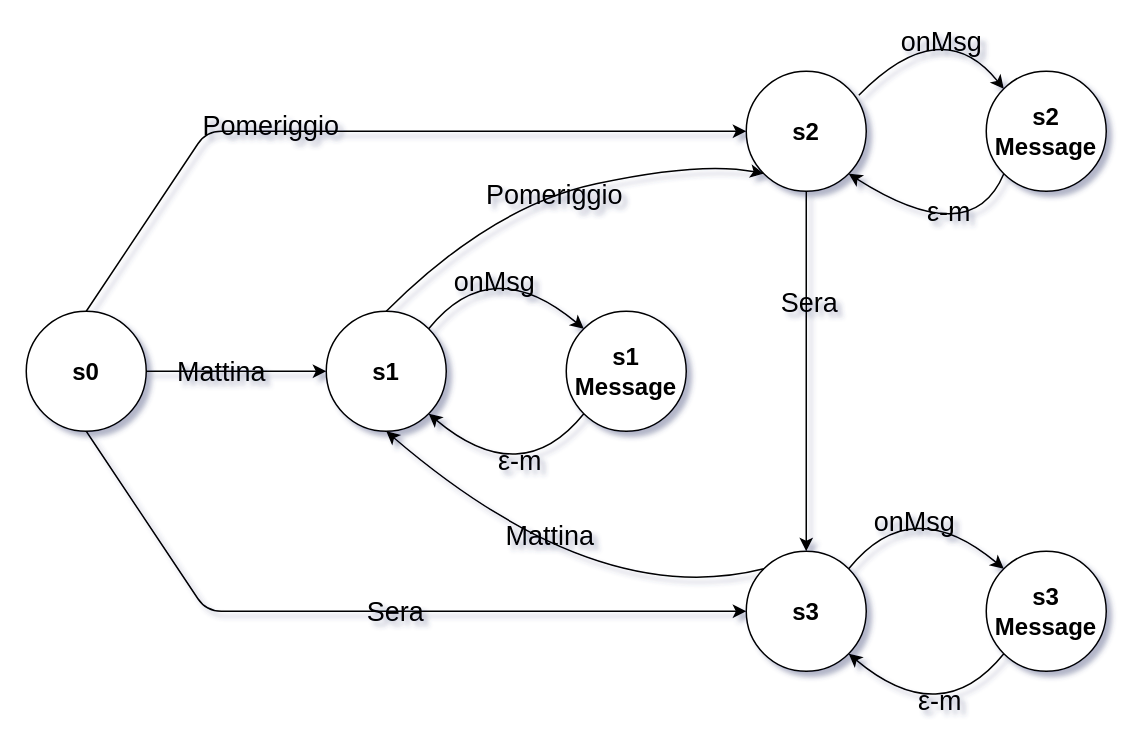
Above: it.unibo.workshift/userDocs/StatiProgetto.drawio in LeoManto/Mantovani_Leonardo (draw.io), before the change. Source tidied: cells renumbered, new cells numbered last; positions are measured from the earlier drawing's top-left corner, leaving out a move shared by most shapes. Both pictures are drawn from the tidied source at 150%, with x=0, y=0 at pixel (26, 10).
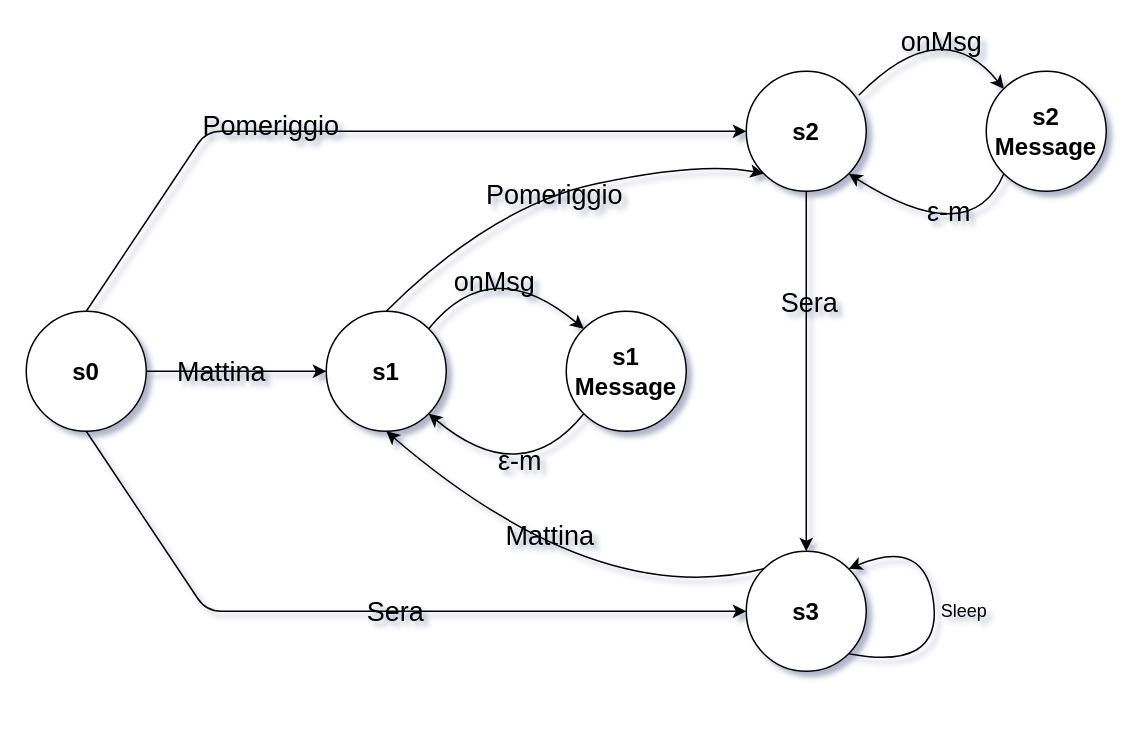
After the change.

The change refers to these unchanged cells:
```xml
<mxCell id="5" value="&lt;font style=&quot;font-size: 16px&quot;&gt;&lt;b&gt;s3&lt;/b&gt;&lt;/font&gt;" style="ellipse;whiteSpace=wrap;html=1;" parent="1" vertex="1">
  <mxGeometry x="480" y="360" width="80" height="80" as="geometry" />
</mxCell>
```

The edit, as a diff of the source:
```diff
@@
-    <mxCell id="18" value="&lt;font style=&quot;font-size: 16px&quot;&gt;&lt;b&gt;s3&lt;br&gt;Message&lt;/b&gt;&lt;/font&gt;" style="ellipse;whiteSpace=wrap;html=1;" parent="1" vertex="1">
-      <mxGeometry x="640" y="360" width="80" height="80" as="geometry" />
-    </mxCell>
-    <mxCell id="19" style="curved=1;endArrow=classic;html=1;exitX=1;exitY=0;exitDx=0;exitDy=0;entryX=0;entryY=0;entryDx=0;entryDy=0;" parent="1" edge="1" source="5" target="18">
-      <mxGeometry relative="1" as="geometry">
-        <Array as="points">
-          <mxPoint x="590" y="320" />
-        </Array>
-      </mxGeometry>
-    </mxCell>
-    <mxCell id="20" value="&lt;font style=&quot;font-size: 18px&quot;&gt;onMsg&lt;/font&gt;" style="edgeLabel;html=1;align=center;verticalAlign=middle;labelBackgroundColor=none;fontColor=#000000;" parent="19" vertex="1">
-      <mxGeometry x="0.09" y="-16" relative="1" as="geometry">
-        <mxPoint x="1" as="offset" />
-      </mxGeometry>
-    </mxCell>
-    <mxCell id="21" style="curved=1;endArrow=classic;html=1;exitX=0;exitY=1;exitDx=0;exitDy=0;entryX=1;entryY=1;entryDx=0;entryDy=0;" parent="1" edge="1" source="18" target="5">
-      <mxGeometry relative="1" as="geometry">
-        <Array as="points">
-          <mxPoint x="610" y="480" />
-        </Array>
-      </mxGeometry>
-    </mxCell>
-    <mxCell id="22" value="&lt;font style=&quot;font-family: sans-serif; font-size: 18px;&quot;&gt;ε&lt;/font&gt;&lt;font style=&quot;font-family: sans-serif; font-size: 18px;&quot;&gt;-m&lt;/font&gt;" style="edgeLabel;html=1;align=center;verticalAlign=middle;labelBackgroundColor=none;fontColor=#000000;" parent="21" vertex="1">
-      <mxGeometry x="0.11" y="-17" relative="1" as="geometry">
-        <mxPoint y="3" as="offset" />
-      </mxGeometry>
-    </mxCell>
@@
+    <mxCell id="33" style="curved=1;endArrow=classic;html=1;exitX=1;exitY=1;exitDx=0;exitDy=0;entryX=1;entryY=0;entryDx=0;entryDy=0;" parent="1" edge="1" source="5" target="5">
+      <mxGeometry relative="1" as="geometry">
+        <Array as="points">
+          <mxPoint x="610" y="440" />
+          <mxPoint x="600" y="350" />
+        </Array>
+      </mxGeometry>
+    </mxCell>
+    <mxCell id="34" value="&lt;font color=&quot;#000000&quot;&gt;Sleep&lt;/font&gt;" style="text;html=1;align=center;verticalAlign=middle;strokeColor=none;" parent="1" vertex="1">
+      <mxGeometry x="600" y="390" width="50" height="20" as="geometry" />
+    </mxCell>
```
